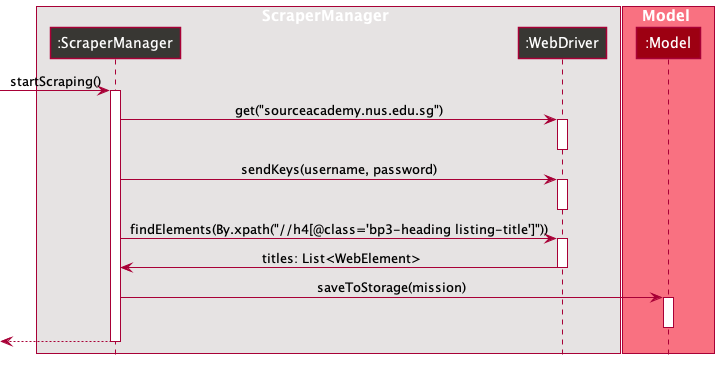
Before: docs/images/LoginSequenceDiagram.png, a diagram exported from PlantUML (wireseo/tp).
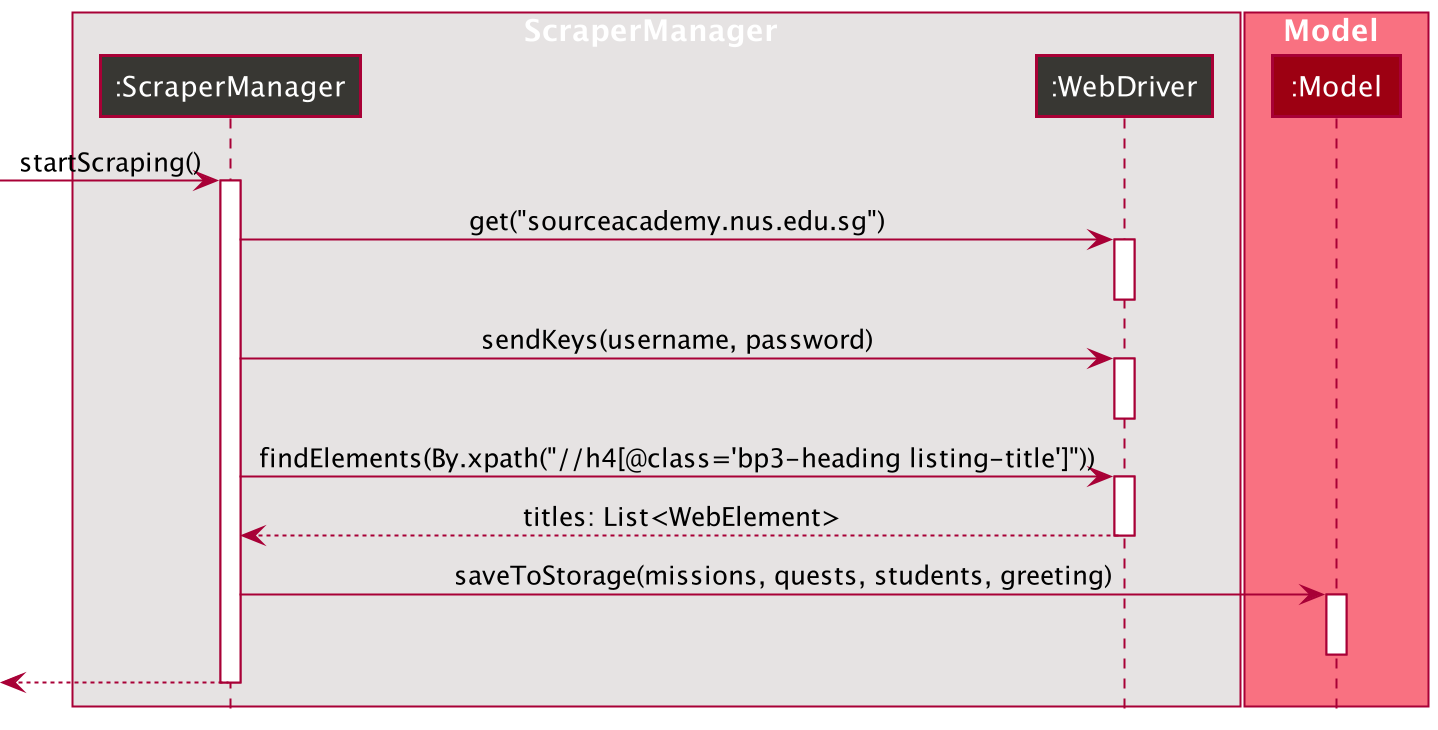
Later version of the same file.

The edit, as a diff of the source:
```diff
@@ -26,10 +26,10 @@
 ScraperManager -> WebDriver : findElements(By.xpath("//h4[@class='bp3-heading listing-title']"))
 activate WebDriver
 
-WebDriver -> ScraperManager : titles: List<WebElement>
+WebDriver --> ScraperManager : titles: List<WebElement>
 deactivate WebDriver
 
-ScraperManager -> Model : saveToStorage(mission)
+ScraperManager -> Model : saveToStorage(missions, quests, students, greeting)
 activate Model
 
 deactivate Model
```
